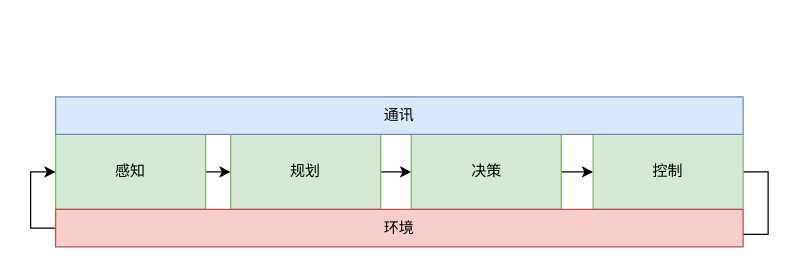
RoboDD/my-flow-chart keeps this draw.io diagram as nudt.drawio. Above is the earlier version. Source tidied: cells renumbered, new cells numbered last; positions are measured from the earlier drawing's top-left corner, leaving out a move shared by most shapes. Both pictures are drawn from the tidied source at 125%, with x=0, y=0 at pixel (55, 96).
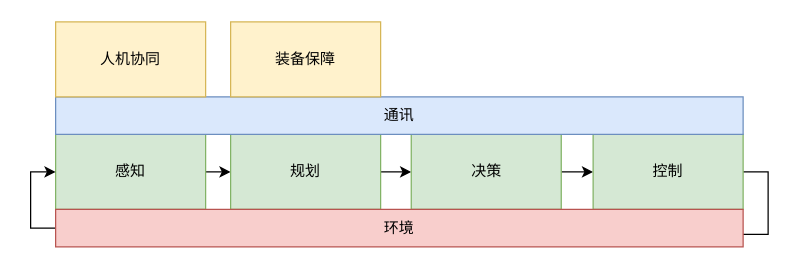
Above is the later version.

Diff of the diagram source:
```diff
@@
 <mxGraphModel>
   <root>
     <mxCell id="0" />
     <mxCell id="1" parent="0" />
     <mxCell id="2" style="edgeStyle=orthogonalEdgeStyle;rounded=0;jettySize=auto;html=1;exitX=1;exitY=0.5;exitDx=0;exitDy=0;entryX=0;entryY=0.5;entryDx=0;entryDy=0;" parent="1" edge="1" source="3" target="5">
       <mxGeometry relative="1" as="geometry" />
     </mxCell>
     <mxCell id="3" value="感知" style="rounded=0;whiteSpace=wrap;html=1;fillColor=#d5e8d4;strokeColor=#82b366;" parent="1" vertex="1">
       <mxGeometry y="30" width="120" height="60" as="geometry" />
     </mxCell>
     <mxCell id="4" style="edgeStyle=orthogonalEdgeStyle;rounded=0;jettySize=auto;html=1;exitX=1;exitY=0.5;exitDx=0;exitDy=0;entryX=0;entryY=0.5;entryDx=0;entryDy=0;" parent="1" edge="1" source="5" target="7">
       <mxGeometry relative="1" as="geometry" />
     </mxCell>
     <mxCell id="5" value="规划" style="rounded=0;whiteSpace=wrap;html=1;fillColor=#d5e8d4;strokeColor=#82b366;" parent="1" vertex="1">
       <mxGeometry x="140" y="30" width="120" height="60" as="geometry" />
     </mxCell>
     <mxCell id="6" style="edgeStyle=orthogonalEdgeStyle;rounded=0;jettySize=auto;html=1;exitX=1;exitY=0.5;exitDx=0;exitDy=0;entryX=0;entryY=0.5;entryDx=0;entryDy=0;" parent="1" edge="1" source="7" target="9">
       <mxGeometry relative="1" as="geometry" />
     </mxCell>
     <mxCell id="7" value="决策" style="rounded=0;whiteSpace=wrap;html=1;fillColor=#d5e8d4;strokeColor=#82b366;" parent="1" vertex="1">
       <mxGeometry x="284.5" y="30" width="120" height="60" as="geometry" />
     </mxCell>
     <mxCell id="8" style="edgeStyle=orthogonalEdgeStyle;rounded=0;jettySize=auto;html=1;exitX=1;exitY=0.5;exitDx=0;exitDy=0;entryX=1;entryY=0.5;entryDx=0;entryDy=0;" parent="1" edge="1" source="9" target="12">
       <mxGeometry relative="1" as="geometry" />
     </mxCell>
     <mxCell id="9" value="控制" style="rounded=0;whiteSpace=wrap;html=1;fillColor=#d5e8d4;strokeColor=#82b366;" parent="1" vertex="1">
       <mxGeometry x="430" y="30" width="120" height="60" as="geometry" />
     </mxCell>
     <mxCell id="10" value="通讯" style="rounded=0;whiteSpace=wrap;html=1;fillColor=#dae8fc;strokeColor=#6c8ebf;" parent="1" vertex="1">
       <mxGeometry width="550" height="30" as="geometry" />
     </mxCell>
     <mxCell id="11" style="edgeStyle=orthogonalEdgeStyle;rounded=0;jettySize=auto;html=1;exitX=0;exitY=0.5;exitDx=0;exitDy=0;entryX=0;entryY=0.5;entryDx=0;entryDy=0;" parent="1" edge="1" source="12" target="3">
       <mxGeometry relative="1" as="geometry" />
     </mxCell>
     <mxCell id="12" value="环境" style="rounded=0;whiteSpace=wrap;html=1;fillColor=#f8cecc;strokeColor=#b85450;" parent="1" vertex="1">
       <mxGeometry y="90" width="550" height="30" as="geometry" />
     </mxCell>
+    <mxCell id="13" value="人机协同" style="rounded=0;whiteSpace=wrap;html=1;fillColor=#fff2cc;strokeColor=#d6b656;" parent="1" vertex="1">
+      <mxGeometry y="-60" width="120" height="60" as="geometry" />
+    </mxCell>
+    <mxCell id="14" value="装备保障" style="rounded=0;whiteSpace=wrap;html=1;fillColor=#fff2cc;strokeColor=#d6b656;" parent="1" vertex="1">
+      <mxGeometry x="140" y="-60" width="120" height="60" as="geometry" />
+    </mxCell>
   </root>
 </mxGraphModel>
```
